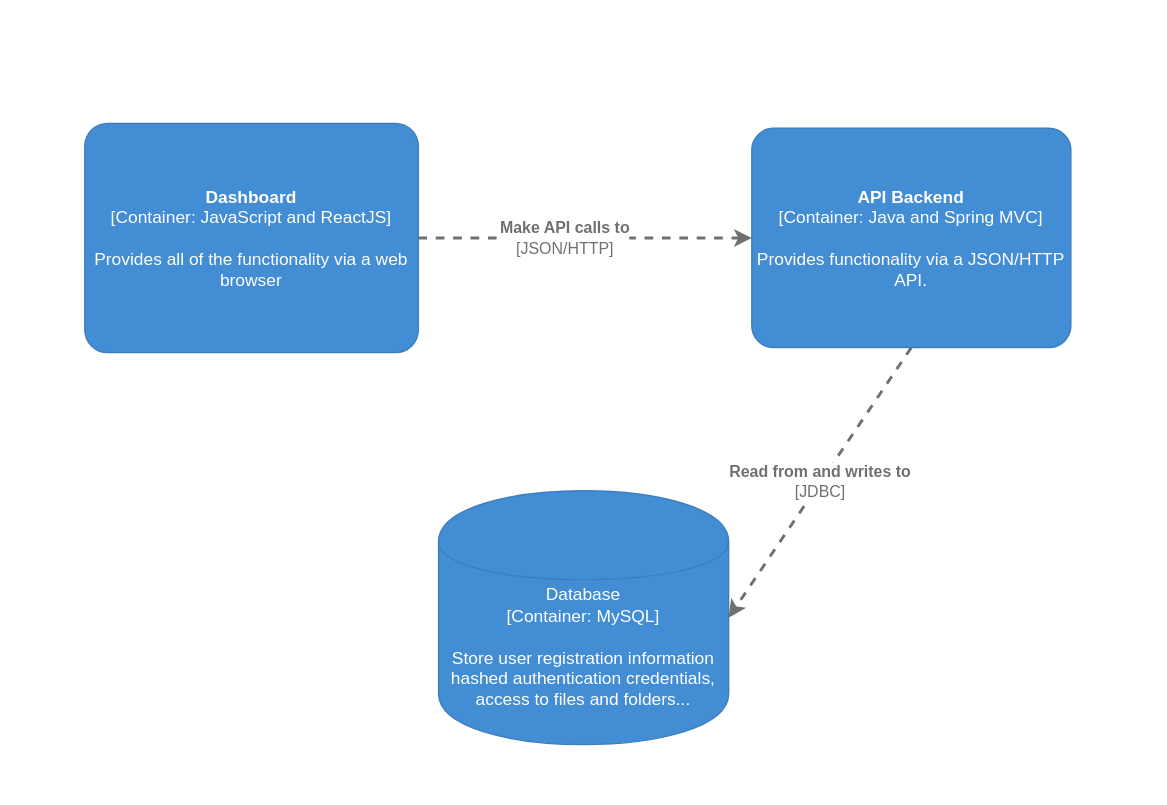
Earlier version of the draw.io diagram page "C2" (5 of 6) of images/Untitled Diagram.drawio (npthao1312/my-thesis). Source tidied: cells renumbered, new cells numbered last; positions are measured from the earlier drawing's top-left corner, leaving out a move shared by most shapes. Both pictures are drawn from the tidied source at 145%, with x=0, y=0 at pixel (84, 123).
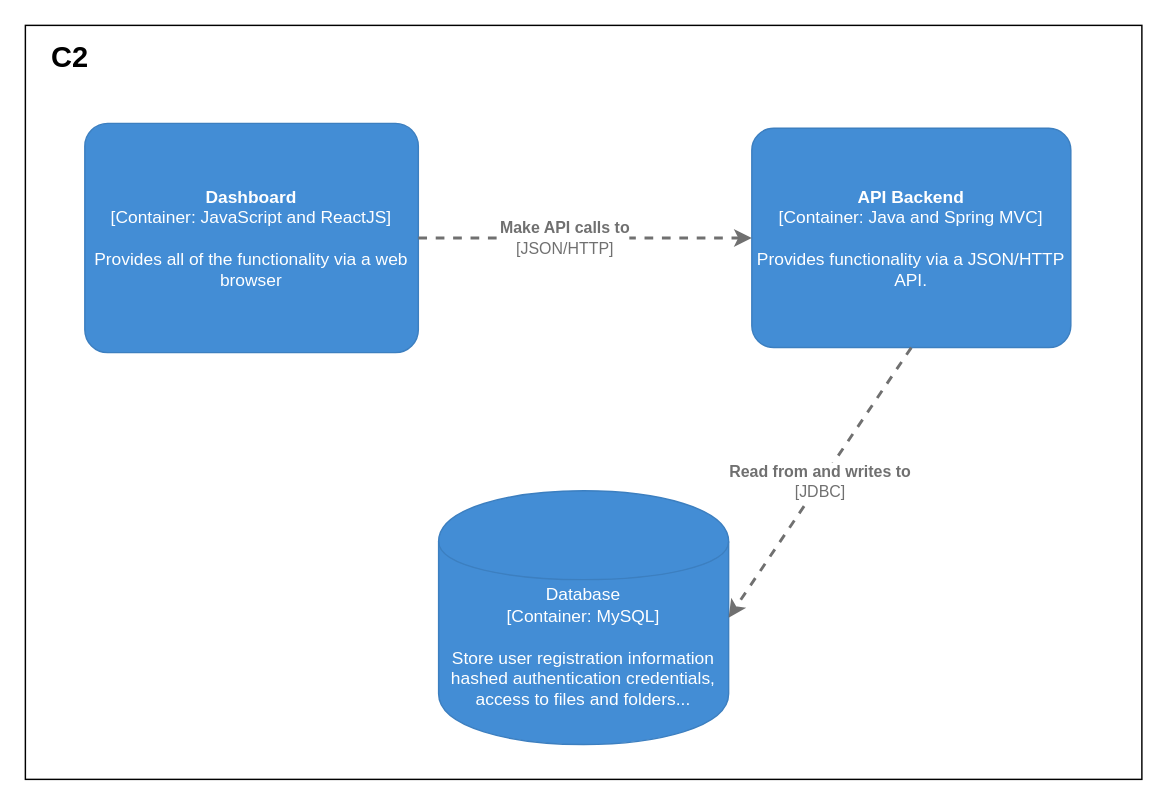
Above is the later version.

Diff of the diagram source:
```diff
@@
 <mxGraphModel>
   <root>
     <mxCell id="0" />
     <mxCell id="1" parent="0" />
+    <mxCell id="7" style="rounded=0;whiteSpace=wrap;html=1;" parent="1" vertex="1">
+      <mxGeometry x="-41" y="-68" width="770" height="520" as="geometry" />
+    </mxCell>
     <object id="2" label="%c4Type%&lt;div&gt;[Container:&amp;nbsp;%c4Technology%]&lt;/div&gt;&lt;br&gt;&lt;div&gt;%c4Description%&lt;/div&gt;" c4Description="Store user registration information hashed authentication credentials, access to files and folders..." c4Technology="MySQL" c4Type="Database" placeholders="1">
       <mxCell style="shape=cylinder;whiteSpace=wrap;html=1;boundedLbl=1;rounded=0;labelBackgroundColor=none;fillColor=#438DD5;fontSize=12;fontColor=#ffffff;align=center;strokeColor=#3C7FC0;points=[[0.5,0,0],[1,0.25,0],[1,0.5,0],[1,0.75,0],[0.5,1,0],[0,0.75,0],[0,0.5,0],[0,0.25,0]];metaData={&quot;c4Type&quot;:{&quot;editable&quot;:false}};" parent="1" vertex="1">
         <mxGeometry x="244" y="253" width="200" height="175" as="geometry" />
       </mxCell>
     </object>
     <object id="3" label="&lt;b&gt;%c4Name%&lt;/b&gt;&lt;div&gt;[%c4Type%: %c4Technology%]&lt;/div&gt;&lt;br&gt;&lt;div&gt;%c4Description%&lt;/div&gt;" c4Description="Provides functionality via a JSON/HTTP API." c4Name="API Backend" c4Technology="Java and Spring MVC" c4Type="Container" placeholders="1">
       <mxCell style="rounded=1;whiteSpace=wrap;html=1;labelBackgroundColor=none;fillColor=#438DD5;fontColor=#ffffff;align=center;arcSize=10;strokeColor=#3C7FC0;metaData={&quot;c4Type&quot;:{&quot;editable&quot;:false}};points=[[0.25,0,0],[0.5,0,0],[0.75,0,0],[1,0.25,0],[1,0.5,0],[1,0.75,0],[0.75,1,0],[0.5,1,0],[0.25,1,0],[0,0.75,0],[0,0.5,0],[0,0.25,0]];" parent="1" vertex="1">
         <mxGeometry x="460" y="3" width="220" height="151.2" as="geometry" />
       </mxCell>
     </object>
     <object id="4" label="&lt;b&gt;%c4Name%&lt;/b&gt;&lt;div&gt;[%c4Type%: %c4Technology%]&lt;/div&gt;&lt;br&gt;&lt;div&gt;%c4Description%&lt;/div&gt;" c4Description="Provides all of the functionality via a web browser" c4Name="Dashboard" c4Technology="JavaScript and ReactJS" c4Type="Container" placeholders="1">
       <mxCell style="rounded=1;whiteSpace=wrap;html=1;labelBackgroundColor=none;fillColor=#438DD5;fontColor=#ffffff;align=center;arcSize=10;strokeColor=#3C7FC0;metaData={&quot;c4Type&quot;:{&quot;editable&quot;:false}};points=[[0.25,0,0],[0.5,0,0],[0.75,0,0],[1,0.25,0],[1,0.5,0],[1,0.75,0],[0.75,1,0],[0.5,1,0],[0.25,1,0],[0,0.75,0],[0,0.5,0],[0,0.25,0]];" parent="1" vertex="1">
         <mxGeometry y="-0.4" width="230" height="158.1" as="geometry" />
       </mxCell>
     </object>
     <object id="5" label="&lt;div style=&quot;text-align: left&quot;&gt;&lt;div style=&quot;text-align: center&quot;&gt;&lt;b&gt;%c4Description%&lt;/b&gt;&lt;/div&gt;&lt;div style=&quot;text-align: center&quot;&gt;[%c4Technology%]&lt;/div&gt;&lt;/div&gt;" c4Description="Make API calls to" c4Technology="JSON/HTTP" placeholders="1">
       <mxCell style="edgeStyle=none;rounded=0;html=1;jettySize=auto;strokeColor=#707070;strokeWidth=2;fontColor=#707070;jumpStyle=none;dashed=1;metaData={&quot;c4Type&quot;:{&quot;editable&quot;:false}};startArrow=none;startFill=0;endArrow=classic;endFill=1;" parent="1" edge="1" source="4" target="3">
         <mxGeometry x="-0.12" relative="1" as="geometry" />
       </mxCell>
     </object>
     <object id="6" label="&lt;div style=&quot;text-align: left&quot;&gt;&lt;div style=&quot;text-align: center&quot;&gt;&lt;b&gt;%c4Description%&lt;/b&gt;&lt;/div&gt;&lt;div style=&quot;text-align: center&quot;&gt;[%c4Technology%]&lt;/div&gt;&lt;/div&gt;" c4Description="Read from and writes to" c4Technology="JDBC" placeholders="1">
       <mxCell style="edgeStyle=none;rounded=0;html=1;entryX=1;entryY=0.5;jettySize=auto;strokeColor=#707070;strokeWidth=2;fontColor=#707070;jumpStyle=none;dashed=1;metaData={&quot;c4Type&quot;:{&quot;editable&quot;:false}};startArrow=none;startFill=0;endArrow=classic;endFill=1;exitX=0.5;exitY=1;exitDx=0;exitDy=0;exitPerimeter=0;entryDx=0;entryDy=0;entryPerimeter=0;" parent="1" edge="1" source="3" target="2">
         <mxGeometry relative="1" as="geometry" />
       </mxCell>
     </object>
+    <mxCell id="8" value="&lt;b&gt;&lt;font style=&quot;font-size: 20px&quot;&gt;C2&lt;/font&gt;&lt;/b&gt;" style="text;html=1;strokeColor=none;fillColor=none;align=center;verticalAlign=middle;whiteSpace=wrap;rounded=0;" parent="1" vertex="1">
+      <mxGeometry x="-30" y="-57" width="40" height="20" as="geometry" />
+    </mxCell>
   </root>
 </mxGraphModel>
```
